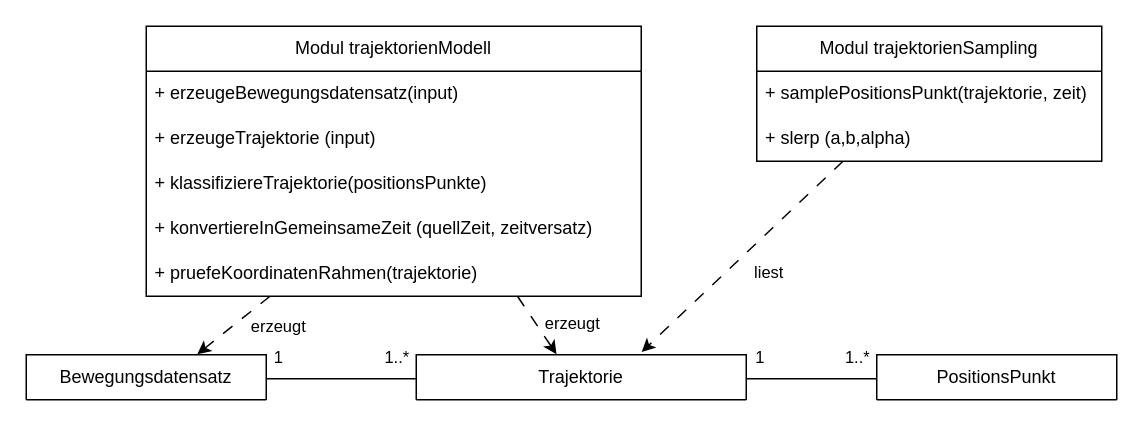
Above: Datentypen und Operationen.drawio in mfneu/fapra (draw.io), before the change. Source tidied: cells renumbered, new cells numbered last; positions are measured from the earlier drawing's top-left corner, leaving out a move shared by most shapes. Both pictures are drawn from the tidied source at 150%, with x=0, y=0 at pixel (26, 26).
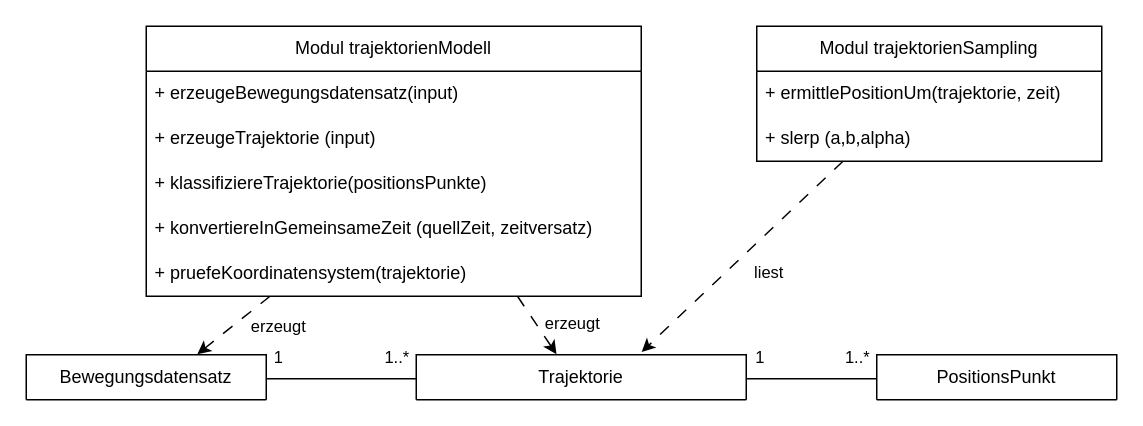
The same diagram, later.

Unchanged cells that the change refers to:
```xml
<mxCell id="13" value="Modul trajektorienModell" style="swimlane;fontStyle=0;horizontal=1;startSize=30;whiteSpace=wrap;html=1;rotation=0;" parent="1" vertex="1">
  <mxGeometry x="80" width="330" height="180" as="geometry" />
</mxCell>
<mxCell id="19" value="Modul trajektorienSampling" style="swimlane;fontStyle=0;horizontal=1;startSize=30;whiteSpace=wrap;html=1;" parent="1" vertex="1">
  <mxGeometry x="487" width="230" height="90" as="geometry" />
</mxCell>
```

What changed in the source:
```diff
@@
-    <mxCell id="18" value="+ pruefeKoordinatenRahmen(trajektorie)" style="text;strokeColor=none;fillColor=none;align=left;verticalAlign=middle;spacingLeft=4;spacingRight=4;overflow=hidden;whiteSpace=wrap;html=1;" parent="13" vertex="1">
+    <mxCell id="18" value="+ pruefeKoordinatensystem(trajektorie)" style="text;strokeColor=none;fillColor=none;align=left;verticalAlign=middle;spacingLeft=4;spacingRight=4;overflow=hidden;whiteSpace=wrap;html=1;" parent="13" vertex="1">
       <mxGeometry y="150" width="330" height="30" as="geometry" />
     </mxCell>
@@
-    <mxCell id="20" value="+ samplePositionsPunkt(trajektorie, zeit)" style="text;strokeColor=none;fillColor=none;align=left;verticalAlign=middle;spacingLeft=4;spacingRight=4;overflow=hidden;whiteSpace=wrap;html=1;" parent="19" vertex="1">
+    <mxCell id="20" value="+ ermittlePositionUm(trajektorie, zeit)" style="text;strokeColor=none;fillColor=none;align=left;verticalAlign=middle;spacingLeft=4;spacingRight=4;overflow=hidden;whiteSpace=wrap;html=1;" parent="19" vertex="1">
       <mxGeometry y="30" width="230" height="30" as="geometry" />
     </mxCell>
```
